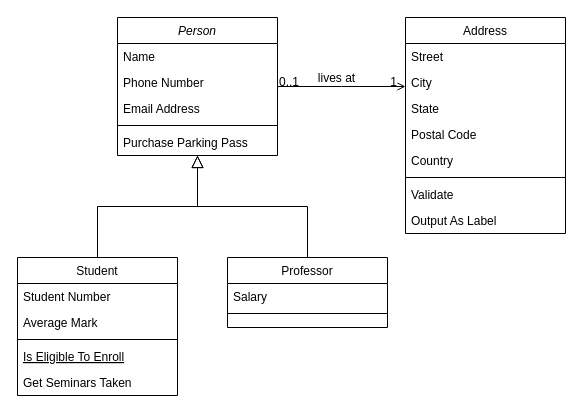
Before: Diagrama sem nome.drawio in haron-moreira/bebidas_chabas, a draw.io diagram. Source tidied: cells renumbered, new cells numbered last; positions are measured from the earlier drawing's top-left corner, leaving out a move shared by most shapes. Both pictures are drawn from the tidied source at 100%, with x=0, y=0 at pixel (17, 17).
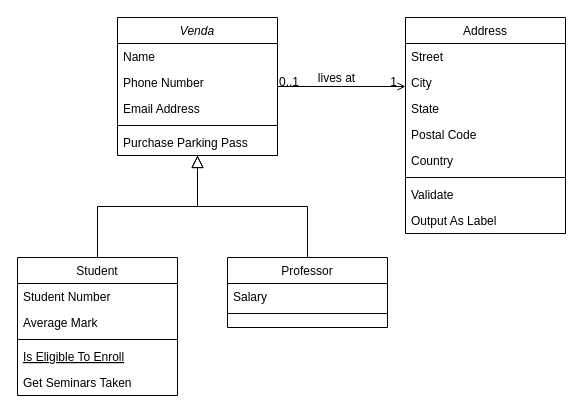
Above is the later version.

Change to the diagram source:
```diff
@@
-    <mxCell id="2" value="Person" style="swimlane;fontStyle=2;align=center;verticalAlign=top;horizontal=1;startSize=26;rounded=0;shadow=0;strokeWidth=1;" parent="1" vertex="1">
+    <mxCell id="2" value="Venda" style="swimlane;fontStyle=2;align=center;verticalAlign=top;horizontal=1;startSize=26;rounded=0;shadow=0;strokeWidth=1;" parent="1" vertex="1">
       <mxGeometry x="100" width="160" height="138" as="geometry" />
     </mxCell>
```
